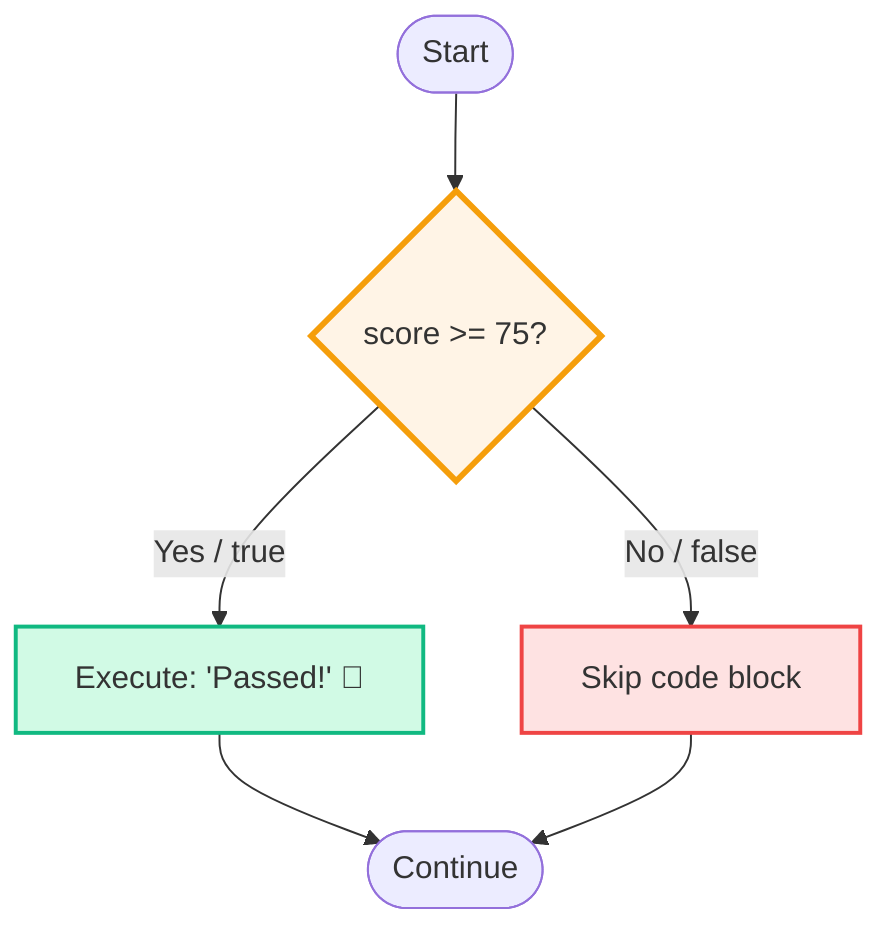
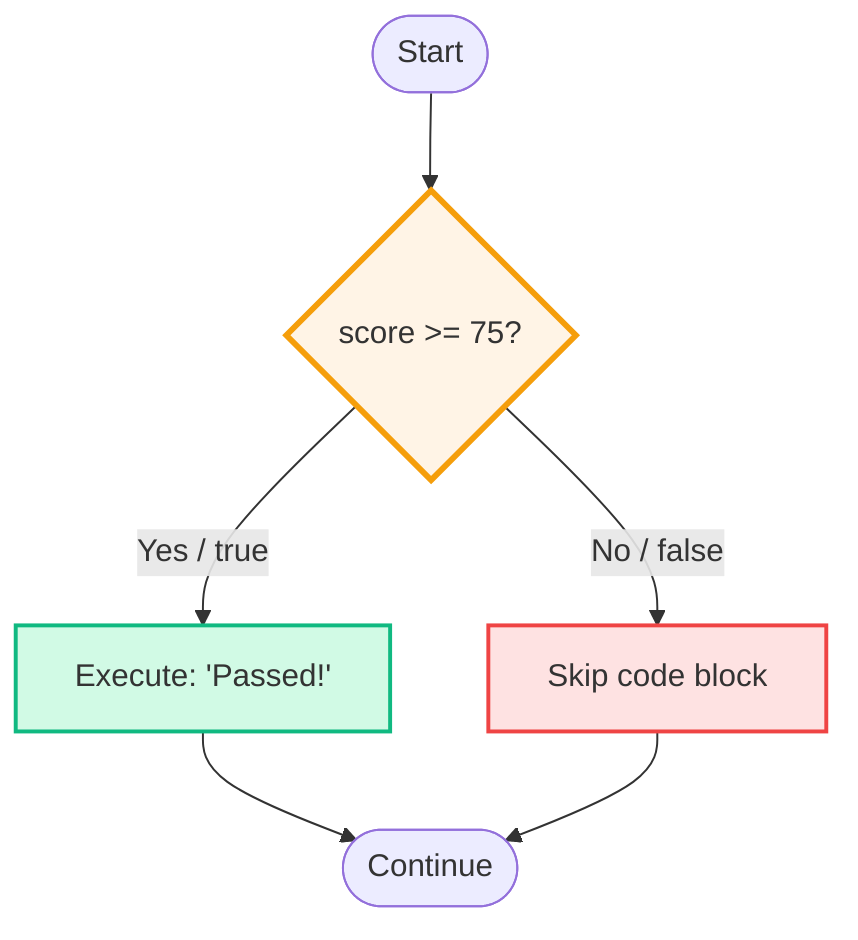
flowchart TD
    Start([Start]) --> Check{score >= 75?}
-     Check -->|Yes / true| Pass[Execute: 'Passed!' 🎉]
+     Check -->|Yes / true| Pass[Execute: 'Passed!' ]
    Check -->|No / false| Skip[Skip code block]
    Pass --> End([Continue])
    Skip --> End

    style Check fill:#fff4e6,stroke:#f59e0b,stroke-width:3px
    style Pass fill:#d1fae5,stroke:#10b981,stroke-width:2px
    style Skip fill:#fee2e2,stroke:#ef4444,stroke-width:2px
